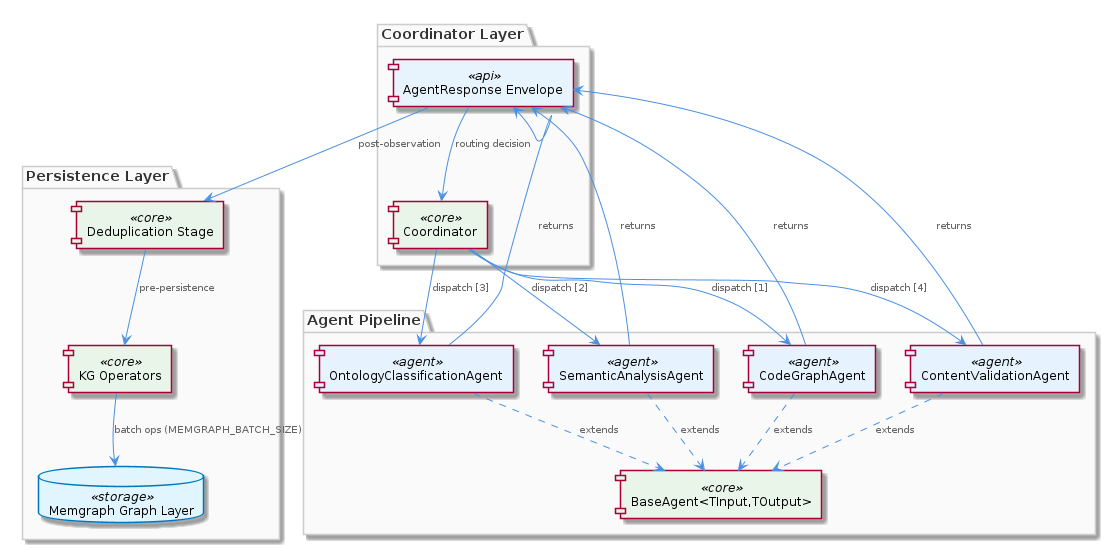
Above: knowledge-management/insights/images/pipeline-architecture.png in fwornle/coding (PlantUML), before the change. Its source is kept beside it as .data/knowledge-graph/insights/puml/pipeline-architecture.puml.
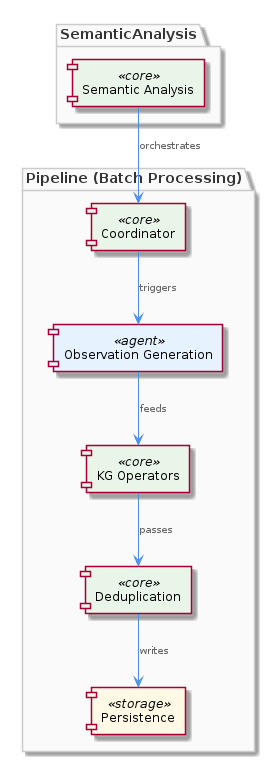
After the commit.

The edit, as a diff of the source:
```diff
@@ -1,44 +1,22 @@
 @startuml
 !include /coding/docs/puml/_standard-style.puml
 
-package "Coordinator Layer" {
-  component "Coordinator" as coordinator <<core>>
-  component "AgentResponse Envelope" as agentResponse <<api>>
+package "Pipeline (Batch Processing)" {
+    component "Coordinator" as coordinator <<core>>
+    component "Observation Generation" as obsgen <<agent>>
+    component "KG Operators" as kgops <<core>>
+    component "Deduplication" as dedup <<core>>
+    component "Persistence" as persist <<storage>>
 }
 
-package "Agent Pipeline" {
-  component "BaseAgent<TInput,TOutput>" as baseAgent <<core>>
-  component "CodeGraphAgent" as codeGraph <<agent>>
-  component "SemanticAnalysisAgent" as semanticAgent <<agent>>
-  component "OntologyClassificationAgent" as ontologyAgent <<agent>>
-  component "ContentValidationAgent" as contentAgent <<agent>>
+package "SemanticAnalysis" {
+    component "Semantic Analysis" as semanalysis <<core>>
 }
 
-package "Persistence Layer" {
-  component "Deduplication Stage" as dedup <<core>>
-  component "KG Operators" as kgOps <<core>>
-  database "Memgraph Graph Layer" as memgraph <<storage>>
-}
-
-coordinator --> codeGraph : "dispatch [1]"
-coordinator --> semanticAgent : "dispatch [2]"
-coordinator --> ontologyAgent : "dispatch [3]"
-coordinator --> contentAgent : "dispatch [4]"
-
-codeGraph ..> baseAgent : "extends"
-semanticAgent ..> baseAgent : "extends"
-ontologyAgent ..> baseAgent : "extends"
-contentAgent ..> baseAgent : "extends"
-
-codeGraph --> agentResponse : "returns"
-semanticAgent --> agentResponse : "returns"
-ontologyAgent --> agentResponse : "returns"
-contentAgent --> agentResponse : "returns"
-
-agentResponse --> coordinator : "routing decision"
-agentResponse --> dedup : "post-observation"
-
-dedup --> kgOps : "pre-persistence"
-kgOps --> memgraph : "batch ops (MEMGRAPH_BATCH_SIZE)"
+semanalysis --> coordinator : "orchestrates"
+coordinator --> obsgen : "triggers"
+obsgen --> kgops : "feeds"
+kgops --> dedup : "passes"
+dedup --> persist : "writes"
 
 @enduml
```
